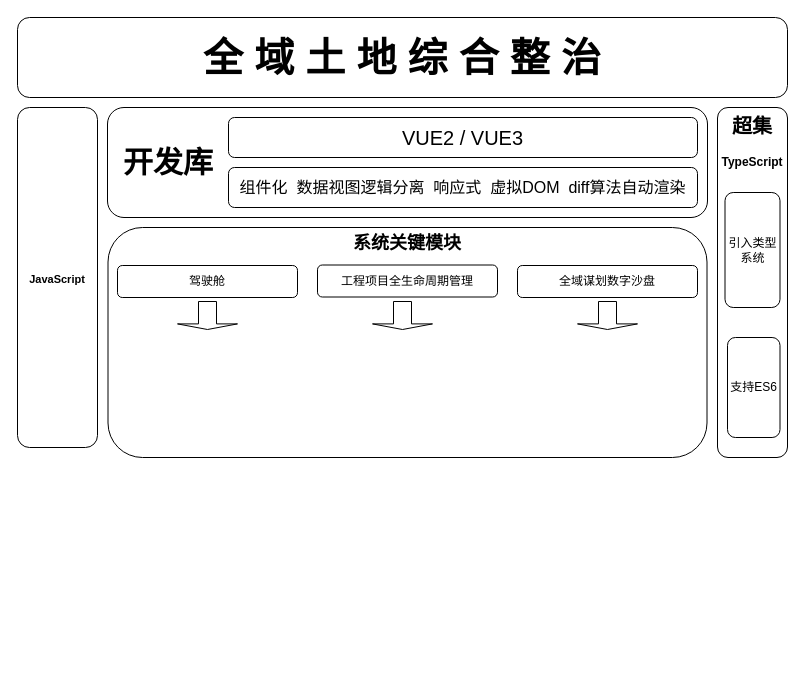
wkb488/test keeps this draw.io diagram as 未命名绘图.drawio. Above is the earlier version. Source tidied: cells renumbered, new cells numbered last; positions are measured from the earlier drawing's top-left corner, leaving out a move shared by most shapes. Both pictures are drawn from the tidied source at 100%, with x=0, y=0 at pixel (17, 17).
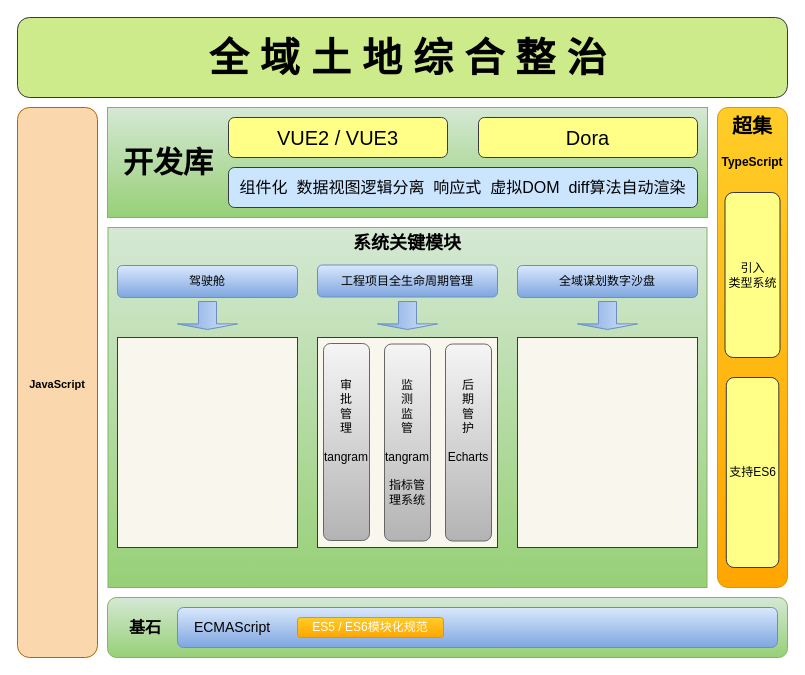
Above is the later version.

Commit message (it also covers changes not shown here):
更新未命名绘图.drawio

What changed in the source:
```diff
@@
-    <mxCell id="2" value="&lt;h1&gt;&lt;font style=&quot;font-size: 40px;&quot;&gt;全 域 土 地 综 合 整 治&lt;/font&gt;&lt;/h1&gt;" style="rounded=1;whiteSpace=wrap;html=1;" parent="1" vertex="1">
+    <mxCell id="2" value="&lt;h1&gt;&lt;font style=&quot;font-size: 40px;&quot;&gt;&amp;nbsp;全 域 土 地 综 合 整 治&lt;/font&gt;&lt;/h1&gt;" style="rounded=1;whiteSpace=wrap;html=1;fillColor=#cdeb8b;strokeColor=#36393d;" parent="1" vertex="1">
       <mxGeometry width="770" height="80" as="geometry" />
     </mxCell>
-    <mxCell id="3" style="rounded=1;whiteSpace=wrap;html=1;" parent="1" vertex="1">
+    <mxCell id="3" style="rounded=0;whiteSpace=wrap;html=1;fillColor=#d5e8d4;gradientColor=#97d077;strokeColor=#82b366;" parent="1" vertex="1">
       <mxGeometry x="90" y="90" width="600" height="110" as="geometry" />
     </mxCell>
-    <mxCell id="4" value="&lt;h2&gt;&lt;font style=&quot;font-size: 30px;&quot;&gt;开发库&lt;/font&gt;&lt;/h2&gt;" style="rounded=1;whiteSpace=wrap;html=1;strokeWidth=0;strokeColor=none;" parent="1" vertex="1">
+    <mxCell id="4" value="&lt;h2&gt;&lt;font style=&quot;font-size: 30px;&quot;&gt;开发库&lt;/font&gt;&lt;/h2&gt;" style="rounded=1;whiteSpace=wrap;html=1;strokeWidth=0;strokeColor=none;fillColor=none;gradientColor=none;" parent="1" vertex="1">
       <mxGeometry x="91" y="115" width="120" height="60" as="geometry" />
     </mxCell>
-    <mxCell id="5" value="&lt;font style=&quot;font-size: 20px;&quot;&gt;VUE2 / VUE3&lt;/font&gt;" style="rounded=1;whiteSpace=wrap;html=1;" parent="1" vertex="1">
-      <mxGeometry x="211" y="100" width="469" height="40" as="geometry" />
+    <mxCell id="5" value="&lt;font style=&quot;font-size: 20px;&quot;&gt;VUE2 / VUE3&lt;/font&gt;" style="rounded=1;whiteSpace=wrap;html=1;fillColor=#ffff88;strokeColor=#36393d;" parent="1" vertex="1">
+      <mxGeometry x="211" y="100" width="219" height="40" as="geometry" />
     </mxCell>
-    <mxCell id="6" value="&lt;font style=&quot;font-size: 16px;&quot;&gt;组件化&amp;nbsp; 数据视图逻辑分离&amp;nbsp; 响应式&amp;nbsp; 虚拟DOM&amp;nbsp; diff算法自动渲染&lt;/font&gt;" style="rounded=1;whiteSpace=wrap;html=1;" parent="1" vertex="1">
+    <mxCell id="6" value="&lt;font style=&quot;font-size: 16px;&quot;&gt;组件化&amp;nbsp; 数据视图逻辑分离&amp;nbsp; 响应式&amp;nbsp; 虚拟DOM&amp;nbsp; diff算法自动渲染&lt;/font&gt;" style="rounded=1;whiteSpace=wrap;html=1;fillColor=#cce5ff;strokeColor=#36393d;" parent="1" vertex="1">
       <mxGeometry x="211" y="150" width="469" height="40" as="geometry" />
     </mxCell>
-    <mxCell id="7" value="&lt;h2&gt;&lt;span style=&quot;font-size: 11px;&quot;&gt;JavaScript&lt;/span&gt;&lt;/h2&gt;" style="rounded=1;whiteSpace=wrap;html=1;" parent="1" vertex="1">
-      <mxGeometry y="90" width="80" height="340" as="geometry" />
+    <mxCell id="7" value="&lt;h2&gt;&lt;span style=&quot;font-size: 11px;&quot;&gt;JavaScript&lt;/span&gt;&lt;/h2&gt;" style="rounded=1;whiteSpace=wrap;html=1;fillColor=#fad7ac;strokeColor=#b46504;" parent="1" vertex="1">
+      <mxGeometry y="90" width="80" height="550" as="geometry" />
     </mxCell>
-    <mxCell id="8" style="rounded=1;whiteSpace=wrap;html=1;" parent="1" vertex="1">
-      <mxGeometry x="700" y="90" width="70" height="350" as="geometry" />
+    <mxCell id="8" style="rounded=1;whiteSpace=wrap;html=1;fillColor=#ffcd28;gradientColor=#ffa500;strokeColor=#d79b00;" parent="1" vertex="1">
+      <mxGeometry x="700" y="90" width="70" height="480" as="geometry" />
     </mxCell>
-    <mxCell id="9" value="&lt;h2&gt;&lt;font style=&quot;font-size: 20px;&quot;&gt;超集&lt;/font&gt;&lt;/h2&gt;&lt;h3&gt;&lt;font style=&quot;font-size: 12px;&quot;&gt;TypeScript&lt;/font&gt;&lt;/h3&gt;" style="rounded=1;whiteSpace=wrap;html=1;strokeColor=none;" parent="1" vertex="1">
+    <mxCell id="9" value="&lt;h2&gt;&lt;font style=&quot;font-size: 20px;&quot;&gt;超集&lt;/font&gt;&lt;/h2&gt;&lt;h3&gt;&lt;font style=&quot;font-size: 12px;&quot;&gt;TypeScript&lt;/font&gt;&lt;/h3&gt;" style="rounded=1;whiteSpace=wrap;html=1;strokeColor=none;fillColor=none;" parent="1" vertex="1">
       <mxGeometry x="705" y="94" width="60" height="59" as="geometry" />
     </mxCell>
-    <mxCell id="10" value="引入类型系统" style="rounded=1;whiteSpace=wrap;html=1;" parent="1" vertex="1">
-      <mxGeometry x="707.5" y="175" width="55" height="115" as="geometry" />
+    <mxCell id="10" value="引入&lt;br&gt;类型系统" style="rounded=1;whiteSpace=wrap;html=1;fillColor=#ffff88;strokeColor=#36393d;" parent="1" vertex="1">
+      <mxGeometry x="707.5" y="175" width="55" height="165" as="geometry" />
     </mxCell>
-    <mxCell id="11" value="支持ES6" style="rounded=1;whiteSpace=wrap;html=1;" parent="1" vertex="1">
-      <mxGeometry x="710" y="320" width="52.5" height="100" as="geometry" />
+    <mxCell id="11" value="支持ES6" style="rounded=1;whiteSpace=wrap;html=1;fillColor=#ffff88;strokeColor=#36393d;" parent="1" vertex="1">
+      <mxGeometry x="708.8" y="360" width="52.5" height="190" as="geometry" />
     </mxCell>
-    <mxCell id="12" style="rounded=1;whiteSpace=wrap;html=1;" parent="1" vertex="1">
-      <mxGeometry x="90.5" y="210" width="599" height="230" as="geometry" />
+    <mxCell id="12" style="rounded=0;whiteSpace=wrap;html=1;fillColor=#d5e8d4;strokeColor=#82b366;gradientColor=#97d077;" parent="1" vertex="1">
+      <mxGeometry x="90.5" y="210" width="599" height="360" as="geometry" />
     </mxCell>
-    <mxCell id="13" value="&lt;h2&gt;系统关键模块&lt;/h2&gt;" style="rounded=1;whiteSpace=wrap;html=1;strokeColor=none;" parent="1" vertex="1">
+    <mxCell id="13" value="&lt;h2&gt;系统关键模块&lt;/h2&gt;" style="rounded=1;whiteSpace=wrap;html=1;strokeColor=none;fillColor=none;" parent="1" vertex="1">
       <mxGeometry x="335" y="210.5" width="110" height="30" as="geometry" />
     </mxCell>
-    <mxCell id="14" value="驾驶舱" style="rounded=1;whiteSpace=wrap;html=1;" parent="1" vertex="1">
+    <mxCell id="14" value="驾驶舱" style="rounded=1;whiteSpace=wrap;html=1;fillColor=#dae8fc;gradientColor=#7ea6e0;strokeColor=#6c8ebf;" parent="1" vertex="1">
       <mxGeometry x="100" y="248" width="180" height="32" as="geometry" />
     </mxCell>
-    <mxCell id="15" value="工程项目全生命周期管理" style="rounded=1;whiteSpace=wrap;html=1;" parent="1" vertex="1">
+    <mxCell id="15" value="工程项目全生命周期管理" style="rounded=1;whiteSpace=wrap;html=1;fillColor=#dae8fc;gradientColor=#7ea6e0;strokeColor=#6c8ebf;" parent="1" vertex="1">
       <mxGeometry x="300" y="247.5" width="180" height="32" as="geometry" />
     </mxCell>
-    <mxCell id="16" value="全域谋划数字沙盘" style="rounded=1;whiteSpace=wrap;html=1;" parent="1" vertex="1">
+    <mxCell id="16" value="全域谋划数字沙盘" style="rounded=1;whiteSpace=wrap;html=1;fillColor=#dae8fc;gradientColor=#7ea6e0;strokeColor=#6c8ebf;" parent="1" vertex="1">
       <mxGeometry x="500" y="248" width="180" height="32" as="geometry" />
     </mxCell>
-    <mxCell id="17" style="shape=singleArrow;direction=south;whiteSpace=wrap;html=1;" parent="1" vertex="1">
+    <mxCell id="17" style="shape=singleArrow;direction=south;whiteSpace=wrap;html=1;fillColor=#dae8fc;gradientColor=#7ea6e0;strokeColor=#6c8ebf;" parent="1" vertex="1">
       <mxGeometry x="160" y="284" width="60" height="28" as="geometry" />
     </mxCell>
-    <mxCell id="18" style="shape=singleArrow;direction=south;whiteSpace=wrap;html=1;" parent="1" vertex="1">
-      <mxGeometry x="355" y="284" width="60" height="28" as="geometry" />
+    <mxCell id="18" style="shape=singleArrow;direction=south;whiteSpace=wrap;html=1;fillColor=#dae8fc;gradientColor=#7ea6e0;strokeColor=#6c8ebf;" parent="1" vertex="1">
+      <mxGeometry x="360" y="284" width="60" height="28" as="geometry" />
     </mxCell>
-    <mxCell id="19" style="shape=singleArrow;direction=south;whiteSpace=wrap;html=1;" parent="1" vertex="1">
+    <mxCell id="19" style="shape=singleArrow;direction=south;whiteSpace=wrap;html=1;fillColor=#dae8fc;gradientColor=#7ea6e0;strokeColor=#6c8ebf;" parent="1" vertex="1">
       <mxGeometry x="560" y="284" width="60" height="28" as="geometry" />
     </mxCell>
+    <mxCell id="20" style="rounded=0;whiteSpace=wrap;html=1;fillColor=#f9f7ed;strokeColor=#36393d;" parent="1" vertex="1">
+      <mxGeometry x="100" y="320" width="180" height="210" as="geometry" />
+    </mxCell>
+    <mxCell id="21" style="rounded=0;whiteSpace=wrap;html=1;fillColor=#f9f7ed;strokeColor=#36393d;" parent="1" vertex="1">
+      <mxGeometry x="300" y="320" width="180" height="210" as="geometry" />
+    </mxCell>
+    <mxCell id="22" style="rounded=0;whiteSpace=wrap;html=1;fillColor=#f9f7ed;strokeColor=#36393d;" parent="1" vertex="1">
+      <mxGeometry x="500" y="320" width="180" height="210" as="geometry" />
+    </mxCell>
+    <mxCell id="23" value="审&lt;br&gt;批&lt;br&gt;管&lt;br&gt;理&lt;br&gt;&lt;br&gt;tangram&lt;br&gt;&lt;br&gt;&lt;br&gt;&lt;br&gt;" style="rounded=1;whiteSpace=wrap;html=1;fillColor=#f5f5f5;gradientColor=#b3b3b3;strokeColor=#666666;" parent="1" vertex="1">
+      <mxGeometry x="306" y="326" width="46" height="197" as="geometry" />
+    </mxCell>
+    <mxCell id="24" value="监&lt;br&gt;测&lt;br&gt;监&lt;br&gt;管&lt;br&gt;&lt;br&gt;tangram&lt;br&gt;&lt;br&gt;指标管理系统" style="rounded=1;whiteSpace=wrap;html=1;fillColor=#f5f5f5;gradientColor=#b3b3b3;strokeColor=#666666;" parent="1" vertex="1">
+      <mxGeometry x="367" y="326.5" width="46" height="197" as="geometry" />
+    </mxCell>
+    <mxCell id="25" value="&lt;font style=&quot;font-size: 20px;&quot;&gt;Dora&lt;/font&gt;" style="rounded=1;whiteSpace=wrap;html=1;fillColor=#ffff88;strokeColor=#36393d;" parent="1" vertex="1">
+      <mxGeometry x="461" y="100" width="219" height="40" as="geometry" />
+    </mxCell>
+    <mxCell id="26" value="后&lt;br&gt;期&lt;br&gt;管&lt;br&gt;护&lt;br&gt;&lt;br&gt;Echarts&lt;br&gt;&lt;br&gt;&lt;br&gt;&lt;br&gt;" style="rounded=1;whiteSpace=wrap;html=1;fillColor=#f5f5f5;gradientColor=#b3b3b3;strokeColor=#666666;" parent="1" vertex="1">
+      <mxGeometry x="428" y="326.5" width="46" height="197" as="geometry" />
+    </mxCell>
+    <mxCell id="27" style="rounded=1;whiteSpace=wrap;html=1;fillColor=#d5e8d4;strokeColor=#82b366;gradientColor=#97d077;" parent="1" vertex="1">
+      <mxGeometry x="90" y="580" width="680" height="60" as="geometry" />
+    </mxCell>
+    <mxCell id="28" value="&lt;h2&gt;&lt;font style=&quot;font-size: 16px;&quot;&gt;基石&lt;/font&gt;&lt;/h2&gt;" style="rounded=1;whiteSpace=wrap;html=1;strokeColor=none;fillColor=none;" parent="1" vertex="1">
+      <mxGeometry x="106" y="590" width="44" height="40" as="geometry" />
+    </mxCell>
+    <mxCell id="29" style="rounded=1;whiteSpace=wrap;html=1;fillColor=#dae8fc;gradientColor=#7ea6e0;strokeColor=#6c8ebf;" parent="1" vertex="1">
+      <mxGeometry x="160" y="590" width="600" height="40" as="geometry" />
+    </mxCell>
+    <mxCell id="30" value="&lt;font style=&quot;font-size: 14px;&quot;&gt;ECMAScript&lt;/font&gt;" style="rounded=0;whiteSpace=wrap;html=1;strokeColor=none;fillColor=none;" parent="1" vertex="1">
+      <mxGeometry x="170" y="600" width="90" height="20" as="geometry" />
+    </mxCell>
+    <mxCell id="31" value="&lt;font color=&quot;#ffffff&quot;&gt;ES5 / ES6模块化规范&lt;/font&gt;" style="rounded=1;whiteSpace=wrap;html=1;fillColor=#ffcd28;strokeColor=#d79b00;gradientColor=#ffa500;" parent="1" vertex="1">
+      <mxGeometry x="280" y="600" width="146" height="20" as="geometry" />
+    </mxCell>
```
